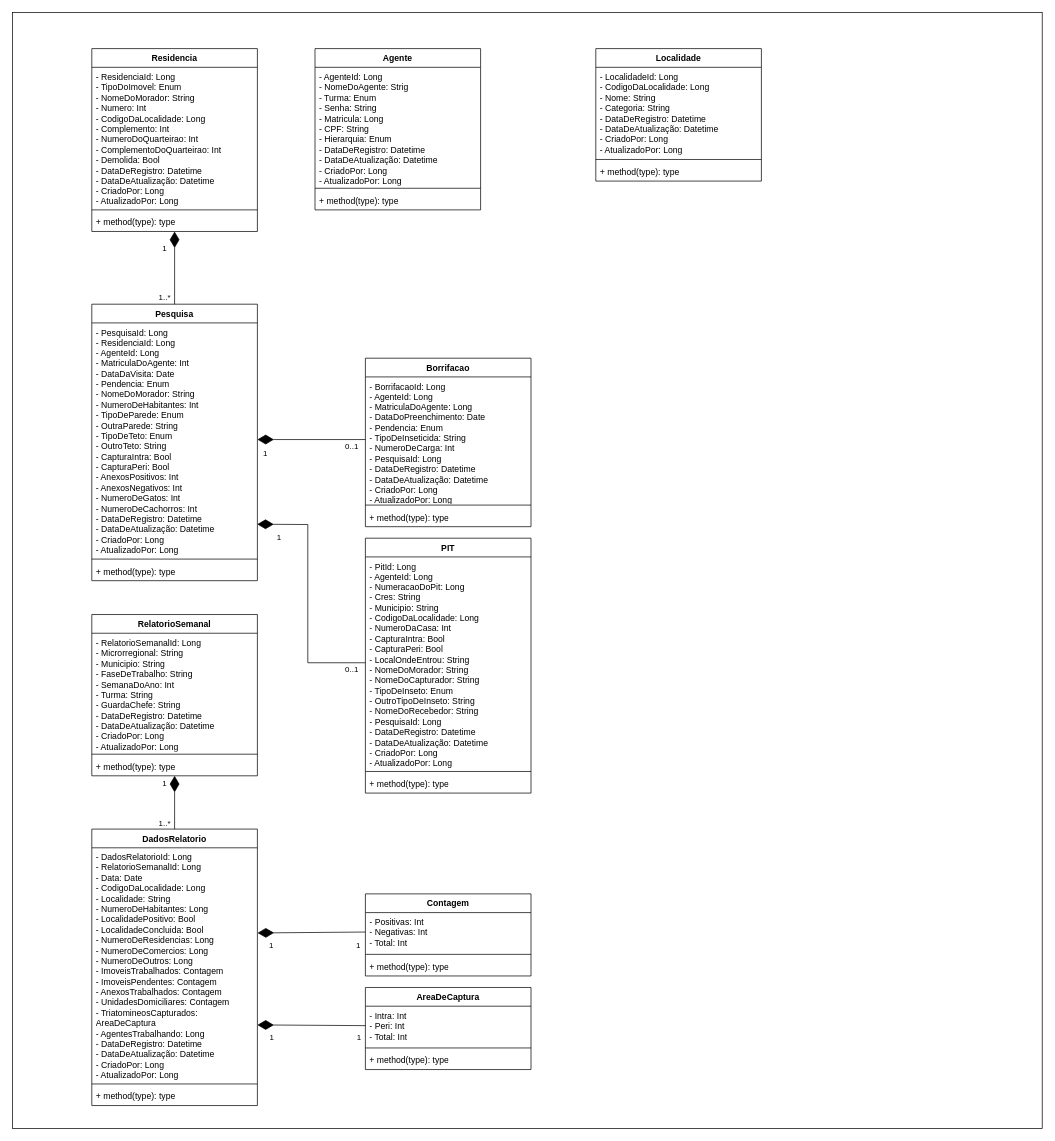
Above: Diagrama de classes.drawio in Fconeto/P.I-3 (draw.io), before the change. Source tidied: cells renumbered, new cells numbered last; positions are measured from the earlier drawing's top-left corner, leaving out a move shared by most shapes. Both pictures are drawn from the tidied source at 72%, with x=0, y=0 at pixel (12, 12).
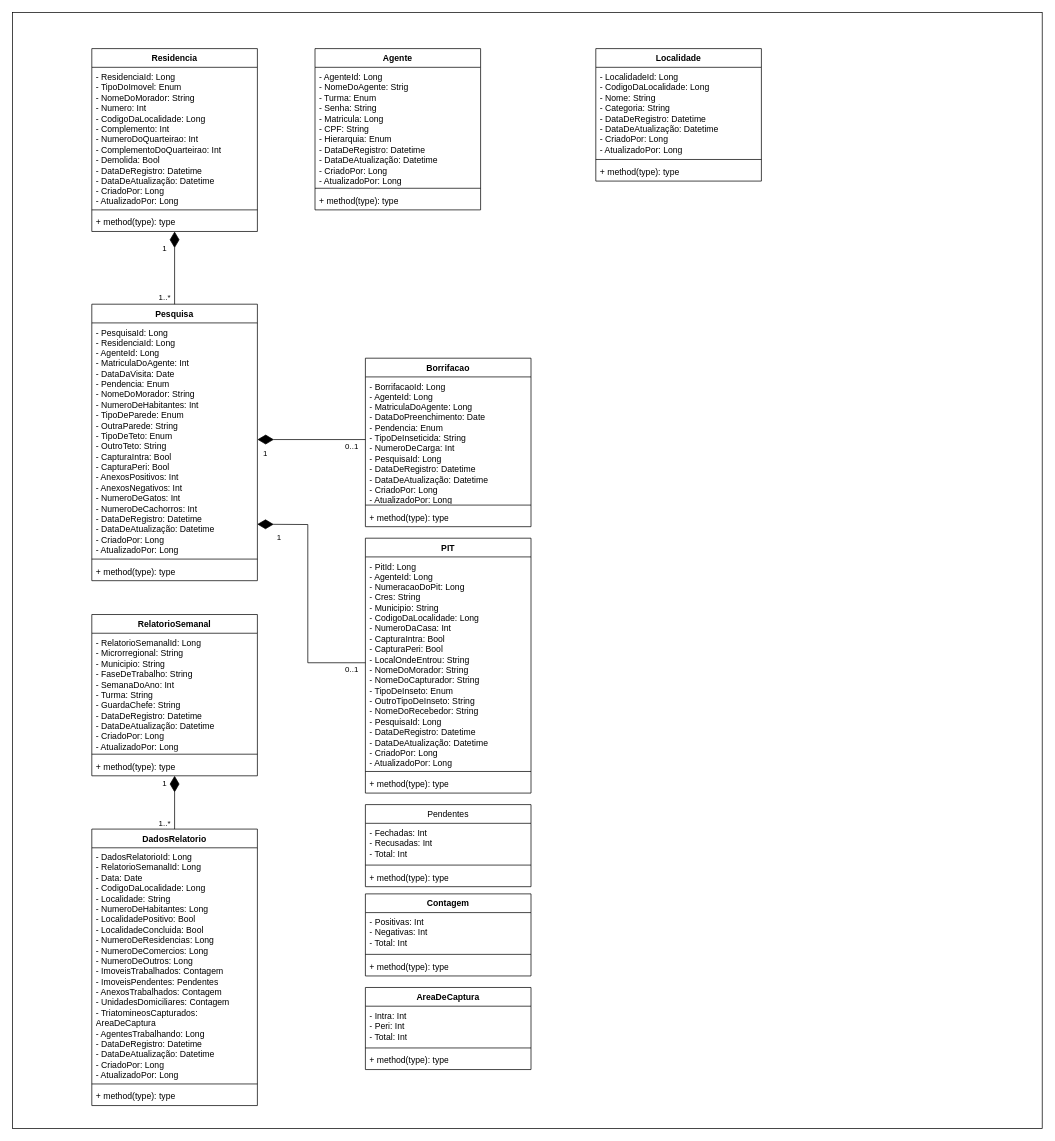
Above is the later version.

Unchanged cells that the change refers to:
```xml
<mxCell id="23" value="DadosRelatorio" style="swimlane;fontStyle=1;align=center;verticalAlign=top;horizontal=1;startSize=26;whiteSpace=wrap;html=1;" parent="1" vertex="1">
  <mxGeometry x="110" y="1134" width="230" height="384" as="geometry" />
</mxCell>
<mxCell id="32" value="- Positivas: Int&lt;div&gt;- Negativas: Int&lt;/div&gt;&lt;div&gt;- Total: Int&lt;/div&gt;" style="text;strokeColor=none;fillColor=none;align=left;verticalAlign=top;spacingLeft=4;spacingRight=4;overflow=hidden;points=[[0,0.5],[1,0.5]];portConstraint=eastwest;whiteSpace=wrap;html=1;" parent="31" vertex="1">
  <mxGeometry y="26" width="230" height="54" as="geometry" />
</mxCell>
<mxCell id="36" value="- Intra: Int&lt;div&gt;- Peri: Int&lt;/div&gt;&lt;div&gt;- Total: Int&lt;/div&gt;" style="text;strokeColor=none;fillColor=none;align=left;verticalAlign=top;spacingLeft=4;spacingRight=4;overflow=hidden;points=[[0,0.5],[1,0.5]];portConstraint=eastwest;whiteSpace=wrap;html=1;" parent="35" vertex="1">
  <mxGeometry y="26" width="230" height="54" as="geometry" />
</mxCell>
```

The edit, as a diff of the source:
```diff
@@
-    <mxCell id="24" value="&lt;div&gt;- DadosRelatorioId: Long&lt;/div&gt;&lt;div&gt;- RelatorioSemanalId: Long&lt;/div&gt;&lt;div&gt;- Data: Date&lt;/div&gt;&lt;div&gt;- CodigoDaLocalidade:&amp;nbsp;&lt;span style=&quot;background-color: transparent; color: light-dark(rgb(0, 0, 0), rgb(255, 255, 255));&quot;&gt;Long&lt;/span&gt;&lt;/div&gt;&lt;div&gt;- Localidade: String&lt;/div&gt;&lt;div&gt;- NumeroDeHabitantes: Long&lt;/div&gt;&lt;div&gt;- LocalidadePositivo: Bool&lt;/div&gt;&lt;div&gt;- LocalidadeConcluida: Bool&lt;/div&gt;&lt;div&gt;- NumeroDeResidencias: Long&lt;/div&gt;&lt;div&gt;- NumeroDeComercios: Long&lt;/div&gt;&lt;div&gt;- NumeroDeOutros: Long&lt;/div&gt;&lt;div&gt;- ImoveisTrabalhados: Contagem&lt;/div&gt;&lt;div&gt;- ImoveisPendentes: Contagem&lt;/div&gt;&lt;div&gt;- AnexosTrabalhados: Contagem&lt;/div&gt;&lt;div&gt;- UnidadesDomiciliares: Contagem&lt;/div&gt;&lt;div&gt;- TriatomineosCapturados: AreaDeCaptura&lt;/div&gt;&lt;div&gt;- AgentesTrabalhando: Long&lt;/div&gt;&lt;div&gt;&lt;div&gt;- DataDeRegistro: Datetime&lt;/div&gt;&lt;div&gt;- DataDeAtualização: Datetime&lt;/div&gt;&lt;div&gt;- CriadoPor: Long&lt;/div&gt;&lt;div&gt;- AtualizadoPor: Long&lt;/div&gt;&lt;/div&gt;" style="text;strokeColor=none;fillColor=none;align=left;verticalAlign=top;spacingLeft=4;spacingRight=4;overflow=hidden;points=[[0,0.5],[1,0.5]];portConstraint=eastwest;whiteSpace=wrap;html=1;" parent="23" vertex="1">
+    <mxCell id="24" value="&lt;div&gt;- DadosRelatorioId: Long&lt;/div&gt;&lt;div&gt;- RelatorioSemanalId: Long&lt;/div&gt;&lt;div&gt;- Data: Date&lt;/div&gt;&lt;div&gt;- CodigoDaLocalidade:&amp;nbsp;&lt;span style=&quot;background-color: transparent; color: light-dark(rgb(0, 0, 0), rgb(255, 255, 255));&quot;&gt;Long&lt;/span&gt;&lt;/div&gt;&lt;div&gt;- Localidade: String&lt;/div&gt;&lt;div&gt;- NumeroDeHabitantes: Long&lt;/div&gt;&lt;div&gt;- LocalidadePositivo: Bool&lt;/div&gt;&lt;div&gt;- LocalidadeConcluida: Bool&lt;/div&gt;&lt;div&gt;- NumeroDeResidencias: Long&lt;/div&gt;&lt;div&gt;- NumeroDeComercios: Long&lt;/div&gt;&lt;div&gt;- NumeroDeOutros: Long&lt;/div&gt;&lt;div&gt;- ImoveisTrabalhados: Contagem&lt;/div&gt;&lt;div&gt;- ImoveisPendentes: Pendentes&lt;/div&gt;&lt;div&gt;- AnexosTrabalhados: Contagem&lt;/div&gt;&lt;div&gt;- UnidadesDomiciliares: Contagem&lt;/div&gt;&lt;div&gt;- TriatomineosCapturados: AreaDeCaptura&lt;/div&gt;&lt;div&gt;- AgentesTrabalhando: Long&lt;/div&gt;&lt;div&gt;&lt;div&gt;- DataDeRegistro: Datetime&lt;/div&gt;&lt;div&gt;- DataDeAtualização: Datetime&lt;/div&gt;&lt;div&gt;- CriadoPor: Long&lt;/div&gt;&lt;div&gt;- AtualizadoPor: Long&lt;/div&gt;&lt;/div&gt;" style="text;strokeColor=none;fillColor=none;align=left;verticalAlign=top;spacingLeft=4;spacingRight=4;overflow=hidden;points=[[0,0.5],[1,0.5]];portConstraint=eastwest;whiteSpace=wrap;html=1;" parent="23" vertex="1">
       <mxGeometry y="26" width="230" height="324" as="geometry" />
     </mxCell>
@@
-    <mxCell id="51" style="endArrow=diamondThin;html=1;rounded=0;endSize=20;endFill=1;exitX=0;exitY=0.5;exitDx=0;exitDy=0;entryX=1.001;entryY=0.365;entryDx=0;entryDy=0;entryPerimeter=0;" parent="1" edge="1" source="32" target="24">
-      <mxGeometry relative="1" as="geometry" />
-    </mxCell>
-    <mxCell id="52" value="1" style="edgeLabel;html=1;align=center;verticalAlign=middle;" parent="51" vertex="1">
-      <mxGeometry x="0.73" y="-4" relative="1" as="geometry">
-        <mxPoint x="-1" y="21" as="offset" />
-      </mxGeometry>
-    </mxCell>
-    <mxCell id="53" value="1" style="edgeLabel;html=1;align=center;verticalAlign=middle;" parent="51" vertex="1">
-      <mxGeometry x="-0.77" y="-1" relative="1" as="geometry">
-        <mxPoint x="7" y="18" as="offset" />
-      </mxGeometry>
-    </mxCell>
-    <mxCell id="54" style="endArrow=diamondThin;html=1;rounded=0;endSize=20;endFill=1;exitX=0;exitY=0.5;exitDx=0;exitDy=0;" parent="1" edge="1" source="36">
-      <mxGeometry relative="1" as="geometry">
-        <mxPoint x="340" y="1406" as="targetPoint" />
-      </mxGeometry>
-    </mxCell>
-    <mxCell id="55" value="1" style="edgeLabel;html=1;align=center;verticalAlign=middle;" parent="54" vertex="1">
-      <mxGeometry x="0.73" y="-4" relative="1" as="geometry">
-        <mxPoint x="-1" y="21" as="offset" />
-      </mxGeometry>
-    </mxCell>
-    <mxCell id="56" value="1" style="edgeLabel;html=1;align=center;verticalAlign=middle;" parent="54" vertex="1">
-      <mxGeometry x="-0.77" y="-1" relative="1" as="geometry">
-        <mxPoint x="7" y="18" as="offset" />
-      </mxGeometry>
-    </mxCell>
@@
+    <mxCell id="61" value="&lt;span style=&quot;font-weight: 400; text-align: left;&quot;&gt;Pendentes&lt;/span&gt;" style="swimlane;fontStyle=1;align=center;verticalAlign=top;horizontal=1;startSize=26;whiteSpace=wrap;html=1;" parent="1" vertex="1">
+      <mxGeometry x="490" y="1100" width="230" height="114" as="geometry" />
+    </mxCell>
+    <mxCell id="62" value="- Fechadas: Int&lt;div&gt;- Recusadas: Int&lt;/div&gt;&lt;div&gt;- Total: Int&lt;/div&gt;" style="text;strokeColor=none;fillColor=none;align=left;verticalAlign=top;spacingLeft=4;spacingRight=4;overflow=hidden;whiteSpace=wrap;html=1;" parent="61" vertex="1">
+      <mxGeometry y="26" width="230" height="54" as="geometry" />
+    </mxCell>
+    <mxCell id="63" style="line;strokeWidth=1;fillColor=none;align=left;verticalAlign=middle;spacingTop=-1;spacingLeft=3;spacingRight=3;labelPosition=right;strokeColor=inherit;" parent="61" vertex="1">
+      <mxGeometry y="80" width="230" height="8" as="geometry" />
+    </mxCell>
+    <mxCell id="64" value="+ method(type): type" style="text;strokeColor=none;fillColor=none;align=left;verticalAlign=top;spacingLeft=4;spacingRight=4;overflow=hidden;whiteSpace=wrap;html=1;" parent="61" vertex="1">
+      <mxGeometry y="88" width="230" height="26" as="geometry" />
+    </mxCell>
```
